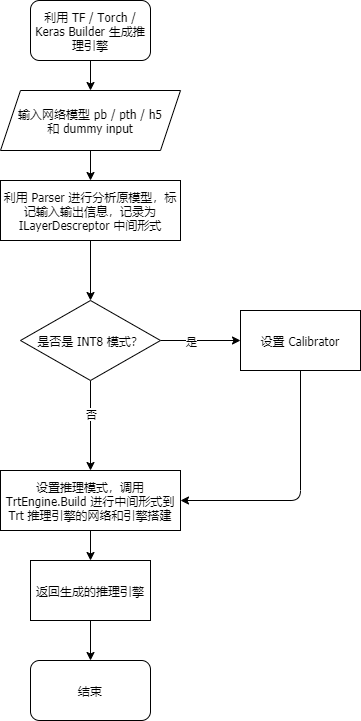
Earlier version of the draw.io export doc/img/forward_workflow_high_level_CN.png (Tencent/Forward). Source tidied: cells renumbered, new cells last; positions are measured from the earlier drawing's top-left corner, leaving out a move shared by most shapes. The source it was exported from:
```xml
<mxGraphModel>
  <root>
    <mxCell id="0" />
    <mxCell id="1" parent="0" />
    <mxCell id="2" style="edgeStyle=orthogonalEdgeStyle;rounded=0;jettySize=auto;html=1;fontFamily=Tahoma;align=center;" parent="1" edge="1" source="3" target="15">
      <mxGeometry relative="1" as="geometry" />
    </mxCell>
    <mxCell id="3" value="输入网络模型 pb / pth / h5&lt;br&gt;和 dummy input" style="shape=parallelogram;perimeter=parallelogramPerimeter;whiteSpace=wrap;html=1;fixedSize=1;fontFamily=Tahoma;align=center;" parent="1" vertex="1">
      <mxGeometry y="90" width="180" height="60" as="geometry" />
    </mxCell>
    <mxCell id="4" value="利用 TF / Torch / Keras Builder 生成推理引擎" style="rounded=1;whiteSpace=wrap;html=1;fontFamily=Tahoma;align=center;" parent="1" vertex="1">
      <mxGeometry x="30" width="120" height="60" as="geometry" />
    </mxCell>
    <mxCell id="5" style="endArrow=classic;html=1;exitX=0.5;exitY=1;exitDx=0;exitDy=0;entryX=0.5;entryY=0;entryDx=0;entryDy=0;fontFamily=Tahoma;align=center;" parent="1" edge="1" source="4" target="3">
      <mxGeometry relative="1" as="geometry" />
    </mxCell>
    <mxCell id="6" style="edgeStyle=orthogonalEdgeStyle;rounded=0;jettySize=auto;html=1;fontFamily=Tahoma;align=center;" parent="1" edge="1" source="10" target="11">
      <mxGeometry relative="1" as="geometry" />
    </mxCell>
    <mxCell id="7" value="是" style="edgeLabel;html=1;align=center;verticalAlign=middle;fontFamily=Tahoma;" parent="6" vertex="1">
      <mxGeometry x="-0.26" relative="1" as="geometry" />
    </mxCell>
    <mxCell id="8" style="edgeStyle=orthogonalEdgeStyle;rounded=0;jettySize=auto;html=1;fontFamily=Tahoma;align=center;" parent="1" edge="1" source="10" target="13">
      <mxGeometry relative="1" as="geometry" />
    </mxCell>
    <mxCell id="9" value="否" style="edgeLabel;html=1;align=center;verticalAlign=middle;fontFamily=Tahoma;" parent="8" vertex="1">
      <mxGeometry x="-0.27" relative="1" as="geometry" />
    </mxCell>
    <mxCell id="10" value="是否是 INT8 模式？" style="rhombus;whiteSpace=wrap;html=1;fontFamily=Tahoma;align=center;" parent="1" vertex="1">
      <mxGeometry x="20" y="300" width="140" height="80" as="geometry" />
    </mxCell>
    <mxCell id="11" value="设置 Calibrator" style="whiteSpace=wrap;html=1;fontFamily=Tahoma;align=center;" parent="1" vertex="1">
      <mxGeometry x="240" y="310" width="120" height="60" as="geometry" />
    </mxCell>
    <mxCell id="12" style="edgeStyle=orthogonalEdgeStyle;rounded=0;jettySize=auto;html=1;fontFamily=Tahoma;align=center;" parent="1" edge="1" source="13" target="18">
      <mxGeometry relative="1" as="geometry" />
    </mxCell>
    <mxCell id="13" value="设置推理模式，调用 TrtEngine.Build 进行中间形式到 Trt 推理引擎的网络和引擎搭建" style="whiteSpace=wrap;html=1;fontFamily=Tahoma;align=center;" parent="1" vertex="1">
      <mxGeometry y="470" width="180" height="60" as="geometry" />
    </mxCell>
    <mxCell id="14" style="edgeStyle=orthogonalEdgeStyle;rounded=0;jettySize=auto;html=1;fontFamily=Tahoma;align=center;" parent="1" edge="1" source="15" target="10">
      <mxGeometry relative="1" as="geometry" />
    </mxCell>
    <mxCell id="15" value="利用 Parser 进行分析原模型，标记输入输出信息，记录为 ILayerDescreptor 中间形式" style="whiteSpace=wrap;html=1;fontFamily=Tahoma;align=center;" parent="1" vertex="1">
      <mxGeometry y="180" width="180" height="60" as="geometry" />
    </mxCell>
    <mxCell id="16" style="endArrow=classic;html=1;exitX=0.5;exitY=1;exitDx=0;exitDy=0;entryX=1;entryY=0.5;entryDx=0;entryDy=0;fontFamily=Tahoma;align=center;" parent="1" edge="1" source="11" target="13">
      <mxGeometry relative="1" as="geometry">
        <Array as="points">
          <mxPoint x="300" y="500" />
        </Array>
      </mxGeometry>
    </mxCell>
    <mxCell id="17" style="edgeStyle=orthogonalEdgeStyle;rounded=0;jettySize=auto;html=1;fontFamily=Tahoma;align=center;" parent="1" edge="1" source="18" target="19">
      <mxGeometry relative="1" as="geometry" />
    </mxCell>
    <mxCell id="18" value="返回生成的推理引擎" style="whiteSpace=wrap;html=1;fontFamily=Tahoma;align=center;" parent="1" vertex="1">
      <mxGeometry x="30" y="560" width="120" height="60" as="geometry" />
    </mxCell>
    <mxCell id="19" value="结束" style="rounded=1;whiteSpace=wrap;html=1;fontFamily=Tahoma;align=center;" parent="1" vertex="1">
      <mxGeometry x="30" y="660" width="120" height="60" as="geometry" />
    </mxCell>
  </root>
</mxGraphModel>
```
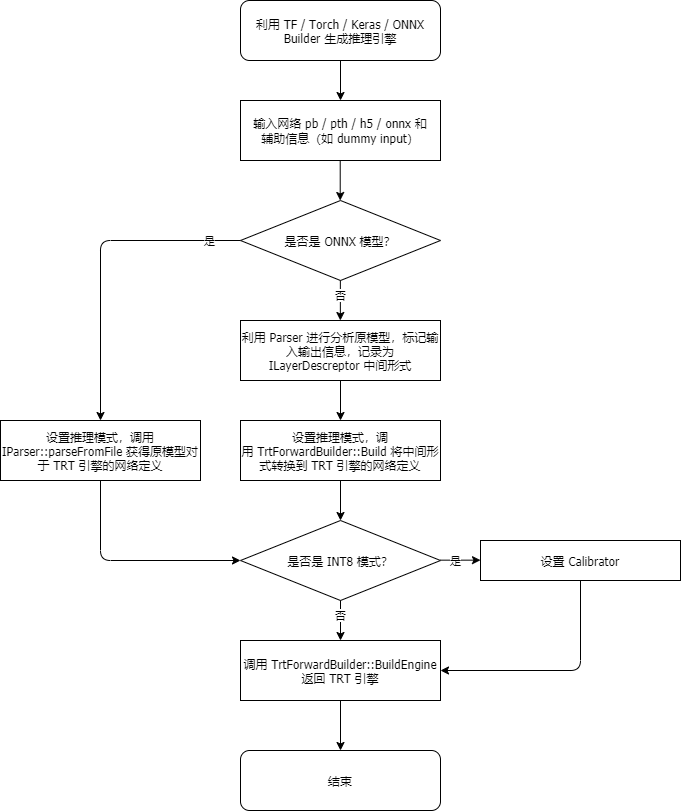
Later version of the same file.

The edit, as a diff of the source:
```diff
@@ -2,63 +2,110 @@
   <root>
     <mxCell id="0" />
     <mxCell id="1" parent="0" />
-    <mxCell id="2" style="edgeStyle=orthogonalEdgeStyle;rounded=0;jettySize=auto;html=1;fontFamily=Tahoma;align=center;" parent="1" edge="1" source="3" target="15">
-      <mxGeometry relative="1" as="geometry" />
-    </mxCell>
-    <mxCell id="3" value="输入网络模型 pb / pth / h5&lt;br&gt;和 dummy input" style="shape=parallelogram;perimeter=parallelogramPerimeter;whiteSpace=wrap;html=1;fixedSize=1;fontFamily=Tahoma;align=center;" parent="1" vertex="1">
-      <mxGeometry y="90" width="180" height="60" as="geometry" />
-    </mxCell>
-    <mxCell id="4" value="利用 TF / Torch / Keras Builder 生成推理引擎" style="rounded=1;whiteSpace=wrap;html=1;fontFamily=Tahoma;align=center;" parent="1" vertex="1">
-      <mxGeometry x="30" width="120" height="60" as="geometry" />
+    <mxCell id="4" value="利用 TF / Torch / Keras / ONNX Builder 生成推理引擎" style="rounded=1;whiteSpace=wrap;html=1;fontFamily=Tahoma;align=center;" parent="1" vertex="1">
+      <mxGeometry x="-10" y="-30" width="200" height="60" as="geometry" />
     </mxCell>
-    <mxCell id="5" style="endArrow=classic;html=1;exitX=0.5;exitY=1;exitDx=0;exitDy=0;entryX=0.5;entryY=0;entryDx=0;entryDy=0;fontFamily=Tahoma;align=center;" parent="1" edge="1" source="4" target="3">
-      <mxGeometry relative="1" as="geometry" />
+    <mxCell id="5" style="endArrow=classic;html=1;exitX=0.5;exitY=1;exitDx=0;exitDy=0;entryX=0.5;entryY=0;entryDx=0;entryDy=0;fontFamily=Tahoma;align=center;" parent="1" edge="1" source="4">
+      <mxGeometry relative="1" as="geometry">
+        <mxPoint x="90" y="70" as="targetPoint" />
+      </mxGeometry>
     </mxCell>
-    <mxCell id="6" style="edgeStyle=orthogonalEdgeStyle;rounded=0;jettySize=auto;html=1;fontFamily=Tahoma;align=center;" parent="1" edge="1" source="10" target="11">
-      <mxGeometry relative="1" as="geometry" />
+    <mxCell id="6" style="edgeStyle=orthogonalEdgeStyle;rounded=0;orthogonalLoop=1;jettySize=auto;html=1;fontFamily=Tahoma;align=center;" parent="1" edge="1">
+      <mxGeometry relative="1" as="geometry">
+        <mxPoint x="190" y="529.7" as="sourcePoint" />
+        <mxPoint x="230" y="529.7" as="targetPoint" />
+      </mxGeometry>
     </mxCell>
     <mxCell id="7" value="是" style="edgeLabel;html=1;align=center;verticalAlign=middle;fontFamily=Tahoma;" parent="6" vertex="1">
       <mxGeometry x="-0.26" relative="1" as="geometry" />
     </mxCell>
-    <mxCell id="8" style="edgeStyle=orthogonalEdgeStyle;rounded=0;jettySize=auto;html=1;fontFamily=Tahoma;align=center;" parent="1" edge="1" source="10" target="13">
-      <mxGeometry relative="1" as="geometry" />
-    </mxCell>
-    <mxCell id="9" value="否" style="edgeLabel;html=1;align=center;verticalAlign=middle;fontFamily=Tahoma;" parent="8" vertex="1">
-      <mxGeometry x="-0.27" relative="1" as="geometry" />
-    </mxCell>
-    <mxCell id="10" value="是否是 INT8 模式？" style="rhombus;whiteSpace=wrap;html=1;fontFamily=Tahoma;align=center;" parent="1" vertex="1">
-      <mxGeometry x="20" y="300" width="140" height="80" as="geometry" />
-    </mxCell>
     <mxCell id="11" value="设置 Calibrator" style="whiteSpace=wrap;html=1;fontFamily=Tahoma;align=center;" parent="1" vertex="1">
-      <mxGeometry x="240" y="310" width="120" height="60" as="geometry" />
+      <mxGeometry x="230" y="510" width="200" height="40" as="geometry" />
     </mxCell>
-    <mxCell id="12" style="edgeStyle=orthogonalEdgeStyle;rounded=0;jettySize=auto;html=1;fontFamily=Tahoma;align=center;" parent="1" edge="1" source="13" target="18">
-      <mxGeometry relative="1" as="geometry" />
-    </mxCell>
-    <mxCell id="13" value="设置推理模式，调用 TrtEngine.Build 进行中间形式到 Trt 推理引擎的网络和引擎搭建" style="whiteSpace=wrap;html=1;fontFamily=Tahoma;align=center;" parent="1" vertex="1">
-      <mxGeometry y="470" width="180" height="60" as="geometry" />
-    </mxCell>
-    <mxCell id="14" style="edgeStyle=orthogonalEdgeStyle;rounded=0;jettySize=auto;html=1;fontFamily=Tahoma;align=center;" parent="1" edge="1" source="15" target="10">
-      <mxGeometry relative="1" as="geometry" />
+    <mxCell id="14" style="edgeStyle=orthogonalEdgeStyle;rounded=0;jettySize=auto;html=1;fontFamily=Tahoma;align=center;" parent="1" edge="1" source="15">
+      <mxGeometry relative="1" as="geometry">
+        <mxPoint x="90" y="390" as="targetPoint" />
+      </mxGeometry>
     </mxCell>
     <mxCell id="15" value="利用 Parser 进行分析原模型，标记输入输出信息，记录为 ILayerDescreptor 中间形式" style="whiteSpace=wrap;html=1;fontFamily=Tahoma;align=center;" parent="1" vertex="1">
-      <mxGeometry y="180" width="180" height="60" as="geometry" />
+      <mxGeometry x="-10" y="290" width="200" height="60" as="geometry" />
     </mxCell>
-    <mxCell id="16" style="endArrow=classic;html=1;exitX=0.5;exitY=1;exitDx=0;exitDy=0;entryX=1;entryY=0.5;entryDx=0;entryDy=0;fontFamily=Tahoma;align=center;" parent="1" edge="1" source="11" target="13">
-      <mxGeometry relative="1" as="geometry">
-        <Array as="points">
-          <mxPoint x="300" y="500" />
-        </Array>
-      </mxGeometry>
-    </mxCell>
     <mxCell id="17" style="edgeStyle=orthogonalEdgeStyle;rounded=0;jettySize=auto;html=1;fontFamily=Tahoma;align=center;" parent="1" edge="1" source="18" target="19">
       <mxGeometry relative="1" as="geometry" />
     </mxCell>
-    <mxCell id="18" value="返回生成的推理引擎" style="whiteSpace=wrap;html=1;fontFamily=Tahoma;align=center;" parent="1" vertex="1">
-      <mxGeometry x="30" y="560" width="120" height="60" as="geometry" />
+    <mxCell id="18" value="调用&amp;nbsp;TrtForwardBuilder::BuildEngine 返回 TRT 引擎" style="whiteSpace=wrap;html=1;fontFamily=Tahoma;align=center;" parent="1" vertex="1">
+      <mxGeometry x="-10" y="610" width="200" height="60" as="geometry" />
     </mxCell>
     <mxCell id="19" value="结束" style="rounded=1;whiteSpace=wrap;html=1;fontFamily=Tahoma;align=center;" parent="1" vertex="1">
-      <mxGeometry x="30" y="660" width="120" height="60" as="geometry" />
+      <mxGeometry x="-10" y="720" width="200" height="60" as="geometry" />
     </mxCell>
+    <mxCell id="20" value="&lt;span style=&quot;font-family: &amp;#34;tahoma&amp;#34;&quot;&gt;输入网络 pb / pth / h5 / onnx&amp;nbsp;&lt;/span&gt;&lt;span style=&quot;font-family: &amp;#34;tahoma&amp;#34;&quot;&gt;和&lt;br&gt;辅助信息（如 dummy input）&lt;/span&gt;" style="rounded=0;whiteSpace=wrap;html=1;" parent="1" vertex="1">
+      <mxGeometry x="-10" y="70" width="200" height="60" as="geometry" />
+    </mxCell>
+    <mxCell id="21" style="endArrow=classic;html=1;exitX=0.5;exitY=1;exitDx=0;exitDy=0;entryX=0.5;entryY=0;entryDx=0;entryDy=0;fontFamily=Tahoma;align=center;" parent="1" edge="1">
+      <mxGeometry relative="1" as="geometry">
+        <mxPoint x="89.7" y="130" as="sourcePoint" />
+        <mxPoint x="89.7" y="170" as="targetPoint" />
+      </mxGeometry>
+    </mxCell>
+    <mxCell id="22" value="是否是 ONNX 模型？" style="rhombus;whiteSpace=wrap;html=1;fontFamily=Tahoma;align=center;" parent="1" vertex="1">
+      <mxGeometry x="-10" y="170" width="200" height="80" as="geometry" />
+    </mxCell>
+    <mxCell id="23" style="edgeStyle=orthogonalEdgeStyle;rounded=0;orthogonalLoop=1;jettySize=auto;html=1;fontFamily=Tahoma;align=center;" parent="1" edge="1">
+      <mxGeometry relative="1" as="geometry">
+        <mxPoint x="89.9" y="250" as="sourcePoint" />
+        <mxPoint x="89.9" y="290" as="targetPoint" />
+      </mxGeometry>
+    </mxCell>
+    <mxCell id="24" value="否" style="edgeLabel;html=1;align=center;verticalAlign=middle;fontFamily=Tahoma;" parent="23" vertex="1">
+      <mxGeometry x="-0.26" relative="1" as="geometry" />
+    </mxCell>
+    <mxCell id="25" value="设置推理模式，调用 IParser::parseFromFile 获得原模型对于 TRT 引擎的网络定义" style="whiteSpace=wrap;html=1;fontFamily=Tahoma;align=center;" parent="1" vertex="1">
+      <mxGeometry x="-250" y="390" width="200" height="60" as="geometry" />
+    </mxCell>
+    <mxCell id="26" style="endArrow=classic;html=1;fontFamily=Tahoma;align=center;entryX=0.5;entryY=0;entryDx=0;entryDy=0;" parent="1" edge="1" source="22" target="25">
+      <mxGeometry relative="1" as="geometry">
+        <Array as="points">
+          <mxPoint x="-150" y="210" />
+        </Array>
+      </mxGeometry>
+    </mxCell>
+    <mxCell id="27" value="是" style="edgeLabel;html=1;align=center;verticalAlign=middle;" parent="26" vertex="1">
+      <mxGeometry x="-0.8" y="1" relative="1" as="geometry" />
+    </mxCell>
+    <mxCell id="10" value="是否是 INT8 模式？" style="rhombus;whiteSpace=wrap;html=1;fontFamily=Tahoma;align=center;" parent="1" vertex="1">
+      <mxGeometry x="-10" y="490" width="200" height="80" as="geometry" />
+    </mxCell>
+    <mxCell id="28" value="设置推理模式，调用&amp;nbsp;TrtForwardBuilder::Build 将中间形式转换到 TRT 引擎的网络定义" style="whiteSpace=wrap;html=1;fontFamily=Tahoma;align=center;" parent="1" vertex="1">
+      <mxGeometry x="-10" y="390" width="200" height="60" as="geometry" />
+    </mxCell>
+    <mxCell id="29" style="endArrow=classic;html=1;exitX=0.5;exitY=1;exitDx=0;exitDy=0;fontFamily=Tahoma;align=center;" parent="1" edge="1" source="28">
+      <mxGeometry relative="1" as="geometry">
+        <mxPoint x="90" y="490" as="targetPoint" />
+      </mxGeometry>
+    </mxCell>
+    <mxCell id="30" style="edgeStyle=orthogonalEdgeStyle;rounded=0;jettySize=auto;html=1;fontFamily=Tahoma;align=center;entryX=0.5;entryY=0;entryDx=0;entryDy=0;" parent="1" edge="1" target="18">
+      <mxGeometry relative="1" as="geometry">
+        <mxPoint x="90" y="570" as="sourcePoint" />
+      </mxGeometry>
+    </mxCell>
+    <mxCell id="31" value="否" style="edgeLabel;html=1;align=center;verticalAlign=middle;fontFamily=Tahoma;" parent="30" vertex="1">
+      <mxGeometry x="-0.26" relative="1" as="geometry" />
+    </mxCell>
+    <mxCell id="32" style="endArrow=classic;html=1;fontFamily=Tahoma;align=center;entryX=0;entryY=0.5;entryDx=0;entryDy=0;exitX=0.5;exitY=1;exitDx=0;exitDy=0;" parent="1" edge="1" source="25" target="10">
+      <mxGeometry relative="1" as="geometry">
+        <Array as="points">
+          <mxPoint x="-150" y="530" />
+        </Array>
+      </mxGeometry>
+    </mxCell>
+    <mxCell id="33" style="endArrow=classic;html=1;fontFamily=Tahoma;align=center;exitX=0.5;exitY=1;exitDx=0;exitDy=0;entryX=1;entryY=0.5;entryDx=0;entryDy=0;" parent="1" edge="1" target="18">
+      <mxGeometry relative="1" as="geometry">
+        <mxPoint x="330" y="550" as="sourcePoint" />
+        <Array as="points">
+          <mxPoint x="330" y="640" />
+        </Array>
+      </mxGeometry>
+    </mxCell>
   </root>
 </mxGraphModel>
```
